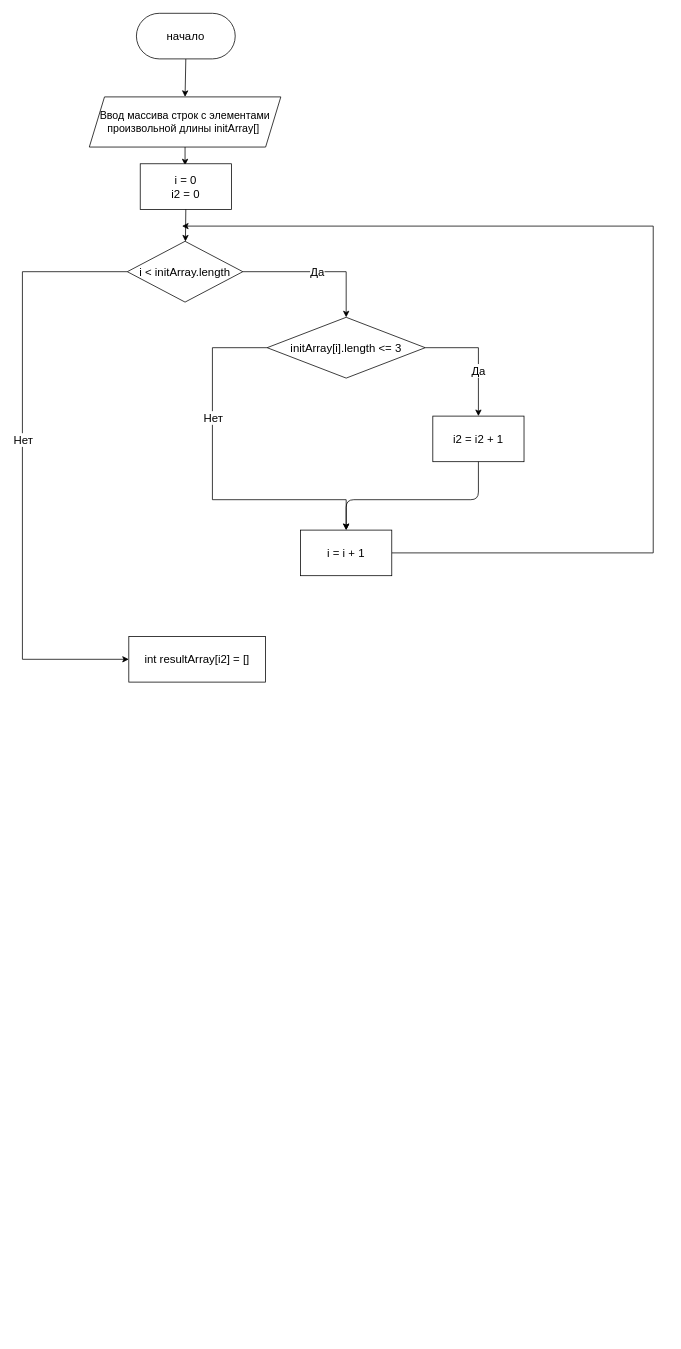
Nikita-L0/Q1-Final-task keeps this draw.io diagram as diagram.drawio. Above is the earlier version. Source tidied: cells renumbered, new cells numbered last; positions are measured from the earlier drawing's top-left corner, leaving out a move shared by most shapes. Both pictures are drawn from the tidied source at 76%, with x=0, y=0 at pixel (22, 13).
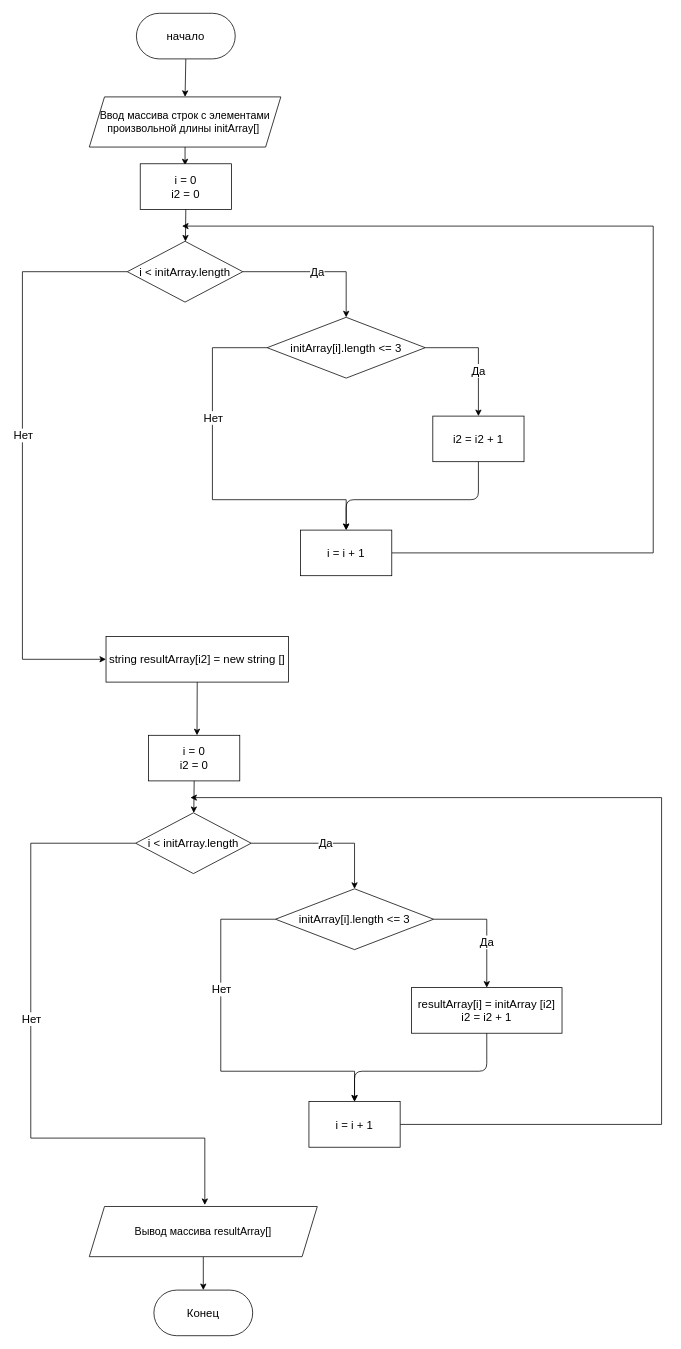
The same page after the edit.

Commit message:
Добавлена блок-схема алгоритма v2

What changed in the source:
```diff
@@
+    <mxCell id="21" style="edgeStyle=none;html=1;exitX=0.5;exitY=1;exitDx=0;exitDy=0;entryX=0.531;entryY=-0.001;entryDx=0;entryDy=0;fontSize=15;entryPerimeter=0;" parent="1" edge="1" source="14" target="26">
+      <mxGeometry relative="1" as="geometry" />
+    </mxCell>
-    <mxCell id="14" value="&lt;div&gt;int resultArray[i2] = []&lt;/div&gt;" style="rounded=0;whiteSpace=wrap;html=1;fontSize=15;" parent="1" vertex="1">
-      <mxGeometry x="140" y="820" width="180" height="60" as="geometry" />
+    <mxCell id="14" value="&lt;div&gt;string resultArray[i2] = new string []&lt;/div&gt;" style="rounded=0;whiteSpace=wrap;html=1;fontSize=15;" parent="1" vertex="1">
+      <mxGeometry x="110" y="820" width="240" height="60" as="geometry" />
     </mxCell>
@@
+    <mxCell id="22" value="Да" style="edgeStyle=orthogonalEdgeStyle;rounded=0;jettySize=auto;html=1;fontSize=15;entryX=0.5;entryY=0;entryDx=0;entryDy=0;" parent="1" edge="1" source="25" target="30">
+      <mxGeometry relative="1" as="geometry">
+        <Array as="points">
+          <mxPoint x="437" y="1092" />
+        </Array>
+      </mxGeometry>
+    </mxCell>
+    <mxCell id="23" style="edgeStyle=orthogonalEdgeStyle;rounded=0;jettySize=auto;html=1;exitX=0;exitY=0.5;exitDx=0;exitDy=0;fontSize=15;" parent="1" edge="1" source="25">
+      <mxGeometry relative="1" as="geometry">
+        <mxPoint x="240" y="1568" as="targetPoint" />
+        <Array as="points">
+          <mxPoint x="11" y="1092" />
+          <mxPoint x="11" y="1480" />
+          <mxPoint x="240" y="1480" />
+          <mxPoint x="240" y="1568" />
+        </Array>
+      </mxGeometry>
+    </mxCell>
+    <mxCell id="24" value="Нет" style="edgeLabel;html=1;align=center;verticalAlign=middle;fontSize=15;" parent="23" vertex="1">
+      <mxGeometry x="-0.62" relative="1" as="geometry">
+        <mxPoint y="208" as="offset" />
+      </mxGeometry>
+    </mxCell>
+    <mxCell id="25" value="i &amp;lt; initArray.length" style="rhombus;whiteSpace=wrap;html=1;fontSize=15;" parent="1" vertex="1">
+      <mxGeometry x="149" y="1052" width="152" height="80" as="geometry" />
+    </mxCell>
+    <mxCell id="26" value="i = 0&lt;br&gt;i2 = 0" style="rounded=0;whiteSpace=wrap;html=1;fontSize=15;" parent="1" vertex="1">
+      <mxGeometry x="166" y="950" width="120" height="60" as="geometry" />
+    </mxCell>
+    <mxCell id="27" style="endArrow=classic;html=1;rounded=0;fontSize=15;exitX=0.5;exitY=1;exitDx=0;exitDy=0;" parent="1" edge="1" source="26" target="25">
+      <mxGeometry relative="1" as="geometry" />
+    </mxCell>
+    <mxCell id="28" style="edgeStyle=orthogonalEdgeStyle;rounded=0;jettySize=auto;html=1;fontSize=15;exitX=1;exitY=0.5;exitDx=0;exitDy=0;" parent="1" edge="1" source="29">
+      <mxGeometry relative="1" as="geometry">
+        <mxPoint x="221" y="1032" as="targetPoint" />
+        <Array as="points">
+          <mxPoint x="841" y="1462" />
+          <mxPoint x="841" y="1032" />
+        </Array>
+      </mxGeometry>
+    </mxCell>
+    <mxCell id="29" value="i = i + 1" style="rounded=0;whiteSpace=wrap;html=1;fontSize=15;" parent="1" vertex="1">
+      <mxGeometry x="377" y="1432" width="120" height="60" as="geometry" />
+    </mxCell>
+    <mxCell id="30" value="initArray[i].length &amp;lt;= 3" style="rhombus;whiteSpace=wrap;html=1;fontSize=15;" parent="1" vertex="1">
+      <mxGeometry x="333" y="1152" width="208" height="80" as="geometry" />
+    </mxCell>
+    <mxCell id="31" value="resultArray[i] = initArray [i2]&lt;br&gt;i2 = i2 + 1" style="rounded=0;whiteSpace=wrap;html=1;fontSize=15;" parent="1" vertex="1">
+      <mxGeometry x="512" y="1282" width="198" height="60" as="geometry" />
+    </mxCell>
+    <mxCell id="32" value="Да" style="edgeStyle=orthogonalEdgeStyle;rounded=0;jettySize=auto;html=1;fontSize=15;entryX=0.5;entryY=0;entryDx=0;entryDy=0;" parent="1" edge="1" target="31">
+      <mxGeometry x="0.25" relative="1" as="geometry">
+        <mxPoint x="541" y="1192" as="sourcePoint" />
+        <Array as="points">
+          <mxPoint x="611" y="1192" />
+        </Array>
+      </mxGeometry>
+    </mxCell>
+    <mxCell id="33" style="edgeStyle=orthogonalEdgeStyle;rounded=0;jettySize=auto;html=1;fontSize=15;entryX=0.5;entryY=0;entryDx=0;entryDy=0;" parent="1" edge="1" target="29">
+      <mxGeometry relative="1" as="geometry">
+        <mxPoint x="333" y="1192" as="sourcePoint" />
+        <Array as="points">
+          <mxPoint x="261" y="1192" />
+          <mxPoint x="261" y="1392" />
+          <mxPoint x="437" y="1392" />
+        </Array>
+      </mxGeometry>
+    </mxCell>
+    <mxCell id="34" value="Нет" style="edgeLabel;html=1;align=center;verticalAlign=middle;fontSize=15;" parent="33" vertex="1">
+      <mxGeometry x="-0.62" relative="1" as="geometry">
+        <mxPoint y="70" as="offset" />
+      </mxGeometry>
+    </mxCell>
+    <mxCell id="35" style="edgeStyle=none;html=1;exitX=0.5;exitY=1;exitDx=0;exitDy=0;entryX=0.5;entryY=0;entryDx=0;entryDy=0;" parent="1" edge="1" source="31" target="29">
+      <mxGeometry relative="1" as="geometry">
+        <Array as="points">
+          <mxPoint x="611" y="1392" />
+          <mxPoint x="437" y="1392" />
+        </Array>
+      </mxGeometry>
+    </mxCell>
+    <mxCell id="36" style="edgeStyle=none;html=1;exitX=0.5;exitY=1;exitDx=0;exitDy=0;entryX=0.5;entryY=0;entryDx=0;entryDy=0;fontSize=15;" parent="1" edge="1" source="37" target="38">
+      <mxGeometry relative="1" as="geometry" />
+    </mxCell>
+    <mxCell id="37" value="&lt;span style=&quot;font-size: 14px&quot;&gt;Вывод массива resultArray[]&lt;/span&gt;" style="shape=parallelogram;perimeter=parallelogramPerimeter;whiteSpace=wrap;html=1;fixedSize=1;" parent="1" vertex="1">
+      <mxGeometry x="88" y="1570" width="300" height="66" as="geometry" />
+    </mxCell>
+    <mxCell id="38" value="&lt;span style=&quot;font-size: 15px&quot;&gt;Конец&lt;/span&gt;" style="rounded=1;whiteSpace=wrap;html=1;arcSize=50;" parent="1" vertex="1">
+      <mxGeometry x="173" y="1680" width="130" height="60" as="geometry" />
+    </mxCell>
```
